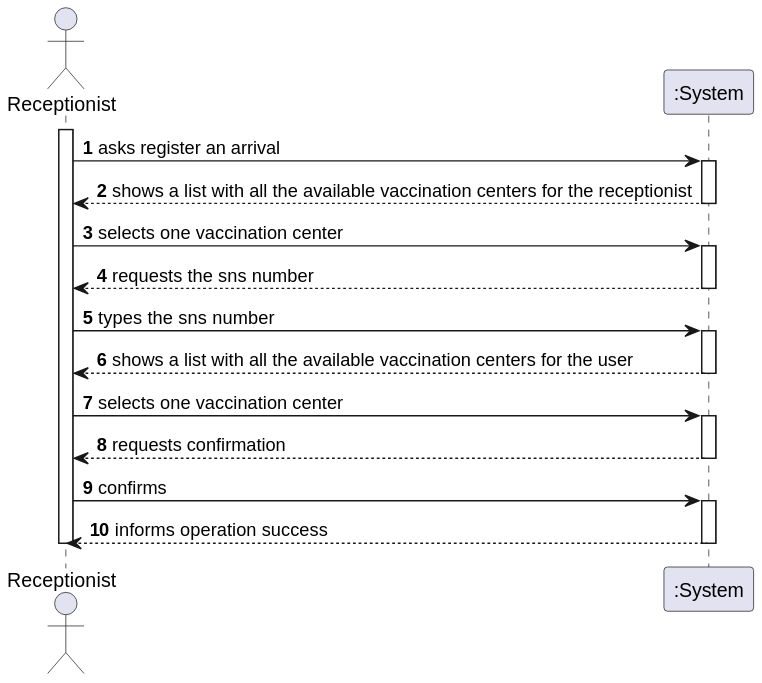
This is docs/SprintC/US004/US004_SSD.svg from Pirussa/lei-22-s2-1da-g02, a PlantUML export, as it was before one commit.
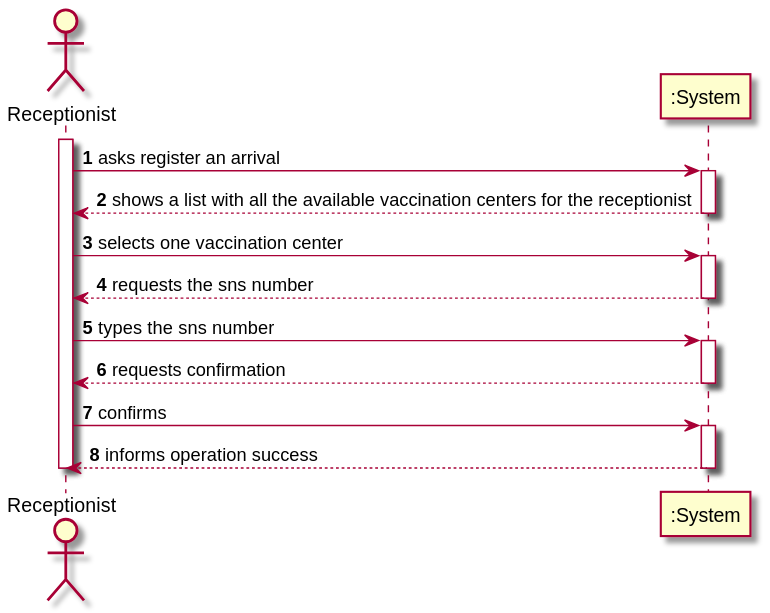
After the commit.

Diff of the diagram source:
```diff
@@ -16,11 +16,6 @@
 
 R -> ":System" : types the sns number
 activate ":System"
-":System" --> R : shows a list with all the available vaccination centers for the user
-deactivate ":System"
-
-R -> ":System" : selects one vaccination center
-activate ":System"
 ":System" --> R : requests confirmation
 deactivate ":System"
 
```
